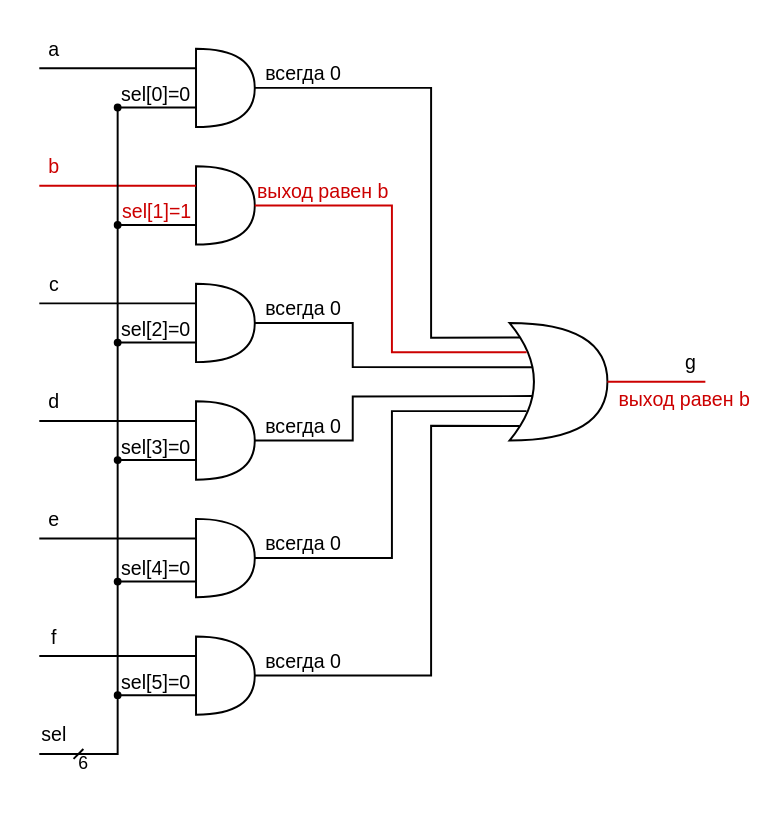
The draw.io diagram .pic/Introduction/How FPGA works/fig_12.drawio.svg in MPSU/APS, before a commit. Source tidied: cells renumbered, new cells last; positions are measured from the earlier drawing's top-left corner, leaving out a move shared by most shapes.
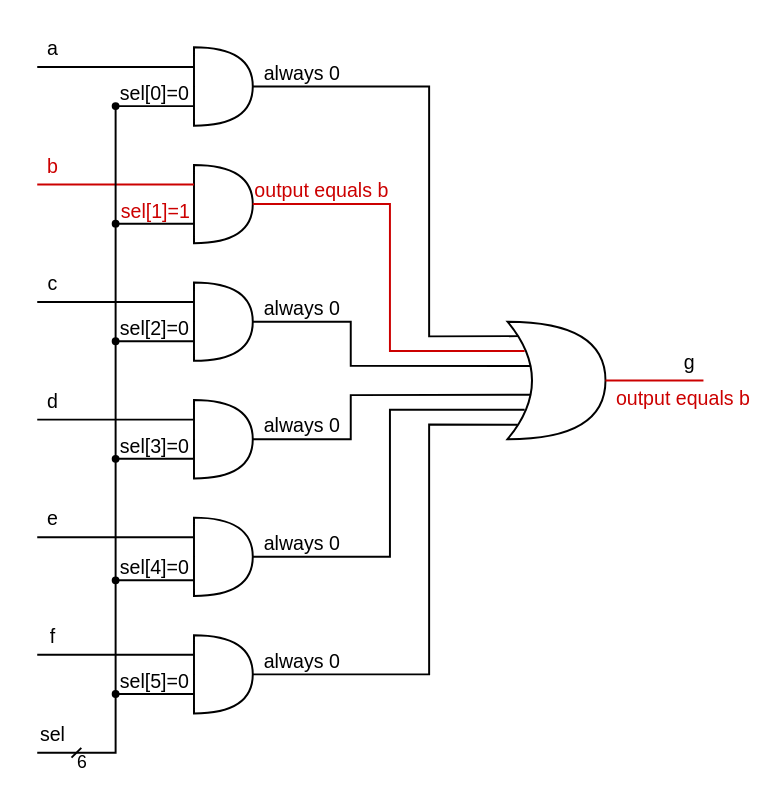
After the change.

Change to the diagram source:
```diff
@@ -211,28 +211,28 @@
     <mxCell id="44" value="g" style="text;html=1;align=center;verticalAlign=middle;strokeColor=none;fillColor=none;fontSize=20;fontColor=#000000;strokeWidth=2;" parent="1" vertex="1">
       <mxGeometry x="660" y="320" width="30" height="40" as="geometry" />
     </mxCell>
-    <mxCell id="45" value="&lt;font style=&quot;font-size: 20px;&quot;&gt;всегда 0&lt;br&gt;&lt;/font&gt;" style="text;html=1;strokeColor=none;fillColor=none;align=center;verticalAlign=middle;whiteSpace=wrap;rounded=0;fontSize=11;fontColor=#000000;" parent="1" vertex="1">
+    <mxCell id="45" value="&lt;font style=&quot;font-size: 20px;&quot;&gt;always 0&lt;/font&gt;" style="text;html=1;strokeColor=none;fillColor=none;align=center;verticalAlign=middle;whiteSpace=wrap;rounded=0;fontSize=11;fontColor=#000000;" parent="1" vertex="1">
       <mxGeometry x="230" y="30" width="100" height="30" as="geometry" />
     </mxCell>
-    <mxCell id="46" value="&lt;font style=&quot;font-size: 20px;&quot;&gt;всегда 0&lt;br&gt;&lt;/font&gt;" style="text;html=1;strokeColor=none;fillColor=none;align=center;verticalAlign=middle;whiteSpace=wrap;rounded=0;fontSize=11;fontColor=#000000;" parent="1" vertex="1">
+    <mxCell id="46" value="&lt;font style=&quot;font-size: 20px;&quot;&gt;always 0&lt;/font&gt;" style="text;html=1;strokeColor=none;fillColor=none;align=center;verticalAlign=middle;whiteSpace=wrap;rounded=0;fontSize=11;fontColor=#000000;" parent="1" vertex="1">
       <mxGeometry x="230" y="270" width="100" height="30" as="geometry" />
     </mxCell>
-    <mxCell id="47" value="&lt;font style=&quot;font-size: 20px;&quot;&gt;всегда 0&lt;br&gt;&lt;/font&gt;" style="text;html=1;strokeColor=none;fillColor=none;align=center;verticalAlign=middle;whiteSpace=wrap;rounded=0;fontSize=11;fontColor=#000000;" parent="1" vertex="1">
+    <mxCell id="47" value="&lt;font style=&quot;font-size: 20px;&quot;&gt;always 0&lt;/font&gt;" style="text;html=1;strokeColor=none;fillColor=none;align=center;verticalAlign=middle;whiteSpace=wrap;rounded=0;fontSize=11;fontColor=#000000;" parent="1" vertex="1">
       <mxGeometry x="230" y="390" width="100" height="30" as="geometry" />
     </mxCell>
-    <mxCell id="48" value="&lt;font style=&quot;font-size: 20px;&quot;&gt;всегда 0&lt;br&gt;&lt;/font&gt;" style="text;html=1;strokeColor=none;fillColor=none;align=center;verticalAlign=middle;whiteSpace=wrap;rounded=0;fontSize=11;fontColor=#000000;" parent="1" vertex="1">
+    <mxCell id="48" value="&lt;font style=&quot;font-size: 20px;&quot;&gt;always 0&lt;/font&gt;" style="text;html=1;strokeColor=none;fillColor=none;align=center;verticalAlign=middle;whiteSpace=wrap;rounded=0;fontSize=11;fontColor=#000000;" parent="1" vertex="1">
       <mxGeometry x="230" y="510" width="100" height="30" as="geometry" />
     </mxCell>
-    <mxCell id="49" value="&lt;font style=&quot;font-size: 20px;&quot;&gt;всегда 0&lt;br&gt;&lt;/font&gt;" style="text;html=1;strokeColor=none;fillColor=none;align=center;verticalAlign=middle;whiteSpace=wrap;rounded=0;fontSize=11;fontColor=#000000;" parent="1" vertex="1">
+    <mxCell id="49" value="&lt;font style=&quot;font-size: 20px;&quot;&gt;always 0&lt;/font&gt;" style="text;html=1;strokeColor=none;fillColor=none;align=center;verticalAlign=middle;whiteSpace=wrap;rounded=0;fontSize=11;fontColor=#000000;" parent="1" vertex="1">
       <mxGeometry x="230" y="630" width="100" height="30" as="geometry" />
     </mxCell>
-    <mxCell id="50" value="&lt;font style=&quot;font-size: 20px;&quot;&gt;выход равен b&lt;br&gt;&lt;/font&gt;" style="text;html=1;strokeColor=none;fillColor=none;align=center;verticalAlign=middle;whiteSpace=wrap;rounded=0;fontSize=11;fontColor=#CC0000;" parent="1" vertex="1">
+    <mxCell id="50" value="&lt;font style=&quot;font-size: 20px;&quot;&gt;output equals b&lt;br&gt;&lt;/font&gt;" style="text;html=1;strokeColor=none;fillColor=none;align=center;verticalAlign=middle;whiteSpace=wrap;rounded=0;fontSize=11;fontColor=#CC0000;" parent="1" vertex="1">
       <mxGeometry x="230" y="150" width="140" height="30" as="geometry" />
     </mxCell>
     <mxCell id="51" value="6" style="text;html=1;align=center;verticalAlign=middle;strokeColor=none;fillColor=none;fontSize=18;fontColor=#000000;strokeWidth=2;" parent="1" vertex="1">
       <mxGeometry x="40" y="730" width="30" height="40" as="geometry" />
     </mxCell>
-    <mxCell id="52" value="&lt;font style=&quot;font-size: 20px;&quot;&gt;выход равен b&lt;br&gt;&lt;/font&gt;" style="text;html=1;strokeColor=none;fillColor=none;align=center;verticalAlign=middle;whiteSpace=wrap;rounded=0;fontSize=11;fontColor=#CC0000;" parent="1" vertex="1">
+    <mxCell id="52" value="&lt;font style=&quot;font-size: 20px;&quot;&gt;output equals b&lt;br&gt;&lt;/font&gt;" style="text;html=1;strokeColor=none;fillColor=none;align=center;verticalAlign=middle;whiteSpace=wrap;rounded=0;fontSize=11;fontColor=#CC0000;" parent="1" vertex="1">
       <mxGeometry x="599" y="362" width="140" height="30" as="geometry" />
     </mxCell>
   </root>
```
